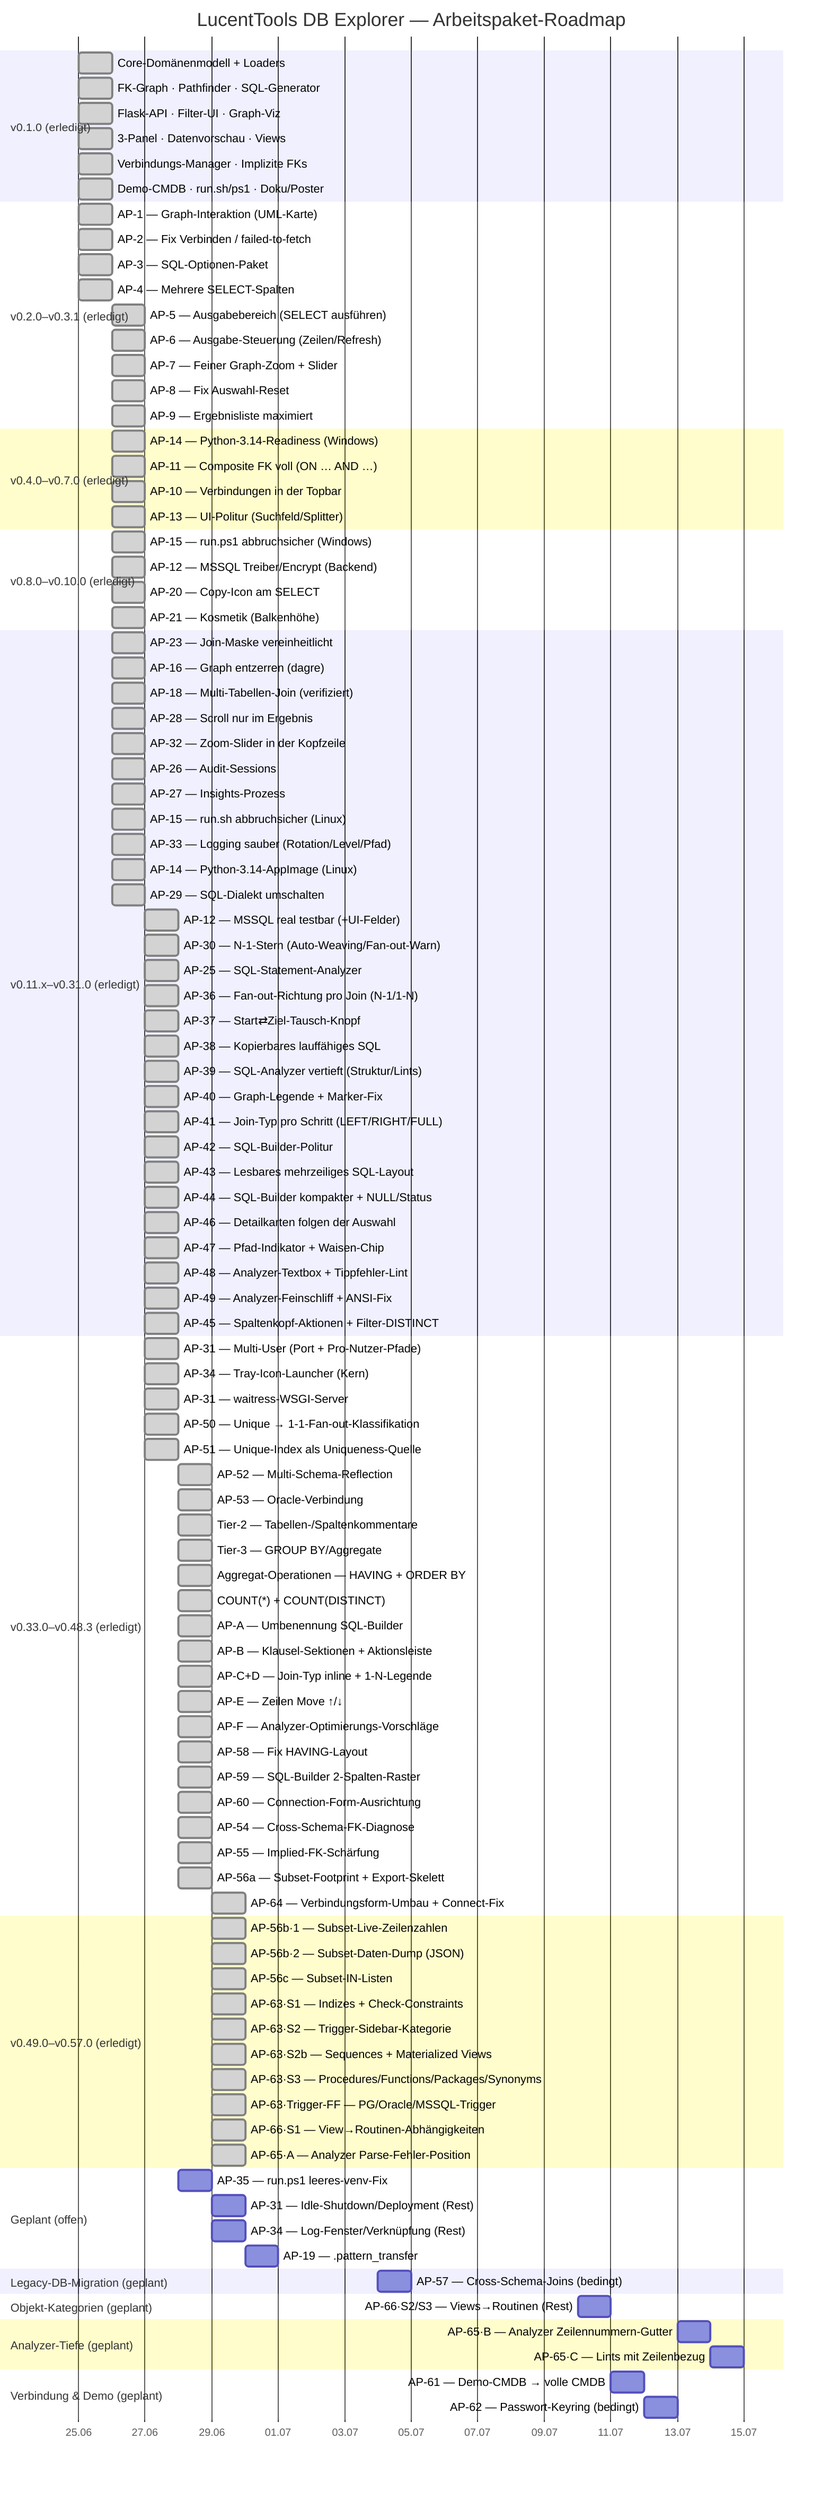
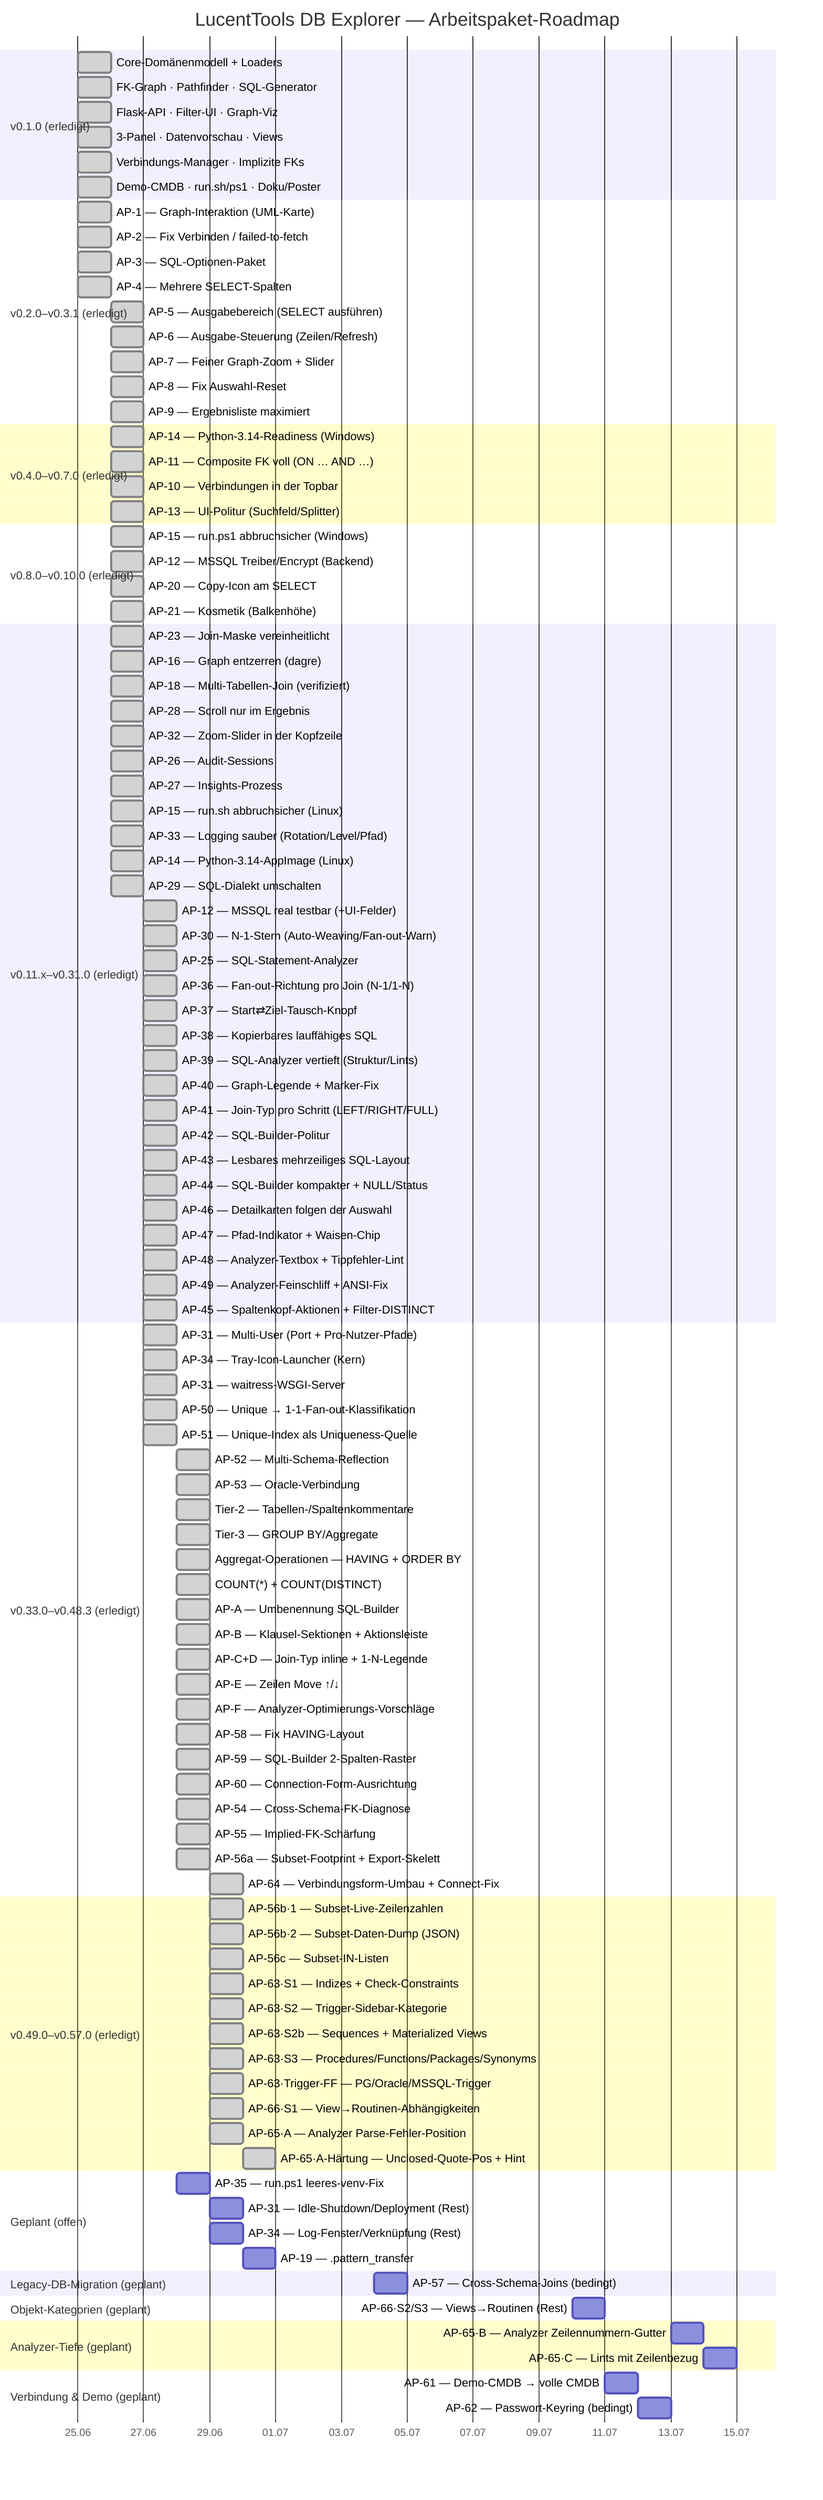
gantt
    title LucentTools DB Explorer — Arbeitspaket-Roadmap
    dateFormat  YYYY-MM-DD
    axisFormat  %d.%m

    section v0.1.0 (erledigt)
    Core-Domänenmodell + Loaders          :done, d1, 2026-06-25, 1d
    FK-Graph · Pathfinder · SQL-Generator :done, d2, 2026-06-25, 1d
    Flask-API · Filter-UI · Graph-Viz     :done, d3, 2026-06-25, 1d
    3-Panel · Datenvorschau · Views       :done, d4, 2026-06-25, 1d
    Verbindungs-Manager · Implizite FKs   :done, d5, 2026-06-25, 1d
    Demo-CMDB · run.sh/ps1 · Doku/Poster  :done, d6, 2026-06-25, 1d

    section v0.2.0–v0.3.1 (erledigt)
    AP-1 — Graph-Interaktion (UML-Karte)        :done, a1, 2026-06-25, 1d
    AP-2 — Fix Verbinden / failed-to-fetch      :done, a2, 2026-06-25, 1d
    AP-3 — SQL-Optionen-Paket                   :done, a3, 2026-06-25, 1d
    AP-4 — Mehrere SELECT-Spalten               :done, a4, 2026-06-25, 1d
    AP-5 — Ausgabebereich (SELECT ausführen)    :done, a5, 2026-06-26, 1d
    AP-6 — Ausgabe-Steuerung (Zeilen/Refresh)   :done, a6, 2026-06-26, 1d
    AP-7 — Feiner Graph-Zoom + Slider           :done, a7, 2026-06-26, 1d
    AP-8 — Fix Auswahl-Reset                    :done, a8, 2026-06-26, 1d
    AP-9 — Ergebnisliste maximiert              :done, a9, 2026-06-26, 1d

    section v0.4.0–v0.7.0 (erledigt)
    AP-14 — Python-3.14-Readiness (Windows)     :done, b1, 2026-06-26, 1d
    AP-11 — Composite FK voll (ON … AND …)      :done, b2, 2026-06-26, 1d
    AP-10 — Verbindungen in der Topbar          :done, b3, 2026-06-26, 1d
    AP-13 — UI-Politur (Suchfeld/Splitter)      :done, b4, 2026-06-26, 1d

    section v0.8.0–v0.10.0 (erledigt)
    AP-15 — run.ps1 abbruchsicher (Windows)     :done, c1, 2026-06-26, 1d
    AP-12 — MSSQL Treiber/Encrypt (Backend)     :done, c2, 2026-06-26, 1d
    AP-20 — Copy-Icon am SELECT                 :done, c3, 2026-06-26, 1d
    AP-21 — Kosmetik (Balkenhöhe)               :done, c4, 2026-06-26, 1d

    section v0.11.x–v0.31.0 (erledigt)
    AP-23 — Join-Maske vereinheitlicht          :done, e1, 2026-06-26, 1d
    AP-16 — Graph entzerren (dagre)             :done, e2, 2026-06-26, 1d
    AP-18 — Multi-Tabellen-Join (verifiziert)   :done, e3, 2026-06-26, 1d
    AP-28 — Scroll nur im Ergebnis              :done, e4, 2026-06-26, 1d
    AP-32 — Zoom-Slider in der Kopfzeile        :done, e5, 2026-06-26, 1d
    AP-26 — Audit-Sessions                      :done, e6, 2026-06-26, 1d
    AP-27 — Insights-Prozess                    :done, e7, 2026-06-26, 1d
    AP-15 — run.sh abbruchsicher (Linux)        :done, e8, 2026-06-26, 1d
    AP-33 — Logging sauber (Rotation/Level/Pfad) :done, e9, 2026-06-26, 1d
    AP-14 — Python-3.14-AppImage (Linux)         :done, e10, 2026-06-26, 1d
    AP-29 — SQL-Dialekt umschalten               :done, e11, 2026-06-26, 1d
    AP-12 — MSSQL real testbar (+UI-Felder)      :done, e12, 2026-06-27, 1d
    AP-30 — N-1-Stern (Auto-Weaving/Fan-out-Warn) :done, e13, 2026-06-27, 1d
    AP-25 — SQL-Statement-Analyzer               :done, e14, 2026-06-27, 1d
    AP-36 — Fan-out-Richtung pro Join (N-1/1-N)  :done, e15, 2026-06-27, 1d
    AP-37 — Start⇄Ziel-Tausch-Knopf              :done, e16, 2026-06-27, 1d
    AP-38 — Kopierbares lauffähiges SQL          :done, e17, 2026-06-27, 1d
    AP-39 — SQL-Analyzer vertieft (Struktur/Lints) :done, e18, 2026-06-27, 1d
    AP-40 — Graph-Legende + Marker-Fix           :done, e19, 2026-06-27, 1d
    AP-41 — Join-Typ pro Schritt (LEFT/RIGHT/FULL) :done, e20, 2026-06-27, 1d
    AP-42 — SQL-Builder-Politur                 :done, e21, 2026-06-27, 1d
    AP-43 — Lesbares mehrzeiliges SQL-Layout      :done, e22, 2026-06-27, 1d
    AP-44 — SQL-Builder kompakter + NULL/Status :done, e23, 2026-06-27, 1d
    AP-46 — Detailkarten folgen der Auswahl       :done, e24, 2026-06-27, 1d
    AP-47 — Pfad-Indikator + Waisen-Chip         :done, e25, 2026-06-27, 1d
    AP-48 — Analyzer-Textbox + Tippfehler-Lint   :done, e26, 2026-06-27, 1d
    AP-49 — Analyzer-Feinschliff + ANSI-Fix       :done, e27, 2026-06-27, 1d
    AP-45 — Spaltenkopf-Aktionen + Filter-DISTINCT :done, e28, 2026-06-27, 1d

    section v0.33.0–v0.48.3 (erledigt)
    AP-31 — Multi-User (Port + Pro-Nutzer-Pfade) :done, f1, 2026-06-27, 1d
    AP-34 — Tray-Icon-Launcher (Kern)            :done, f2, 2026-06-27, 1d
    AP-31 — waitress-WSGI-Server                 :done, f3, 2026-06-27, 1d
    AP-50 — Unique → 1-1-Fan-out-Klassifikation  :done, f4, 2026-06-27, 1d
    AP-51 — Unique-Index als Uniqueness-Quelle   :done, f5, 2026-06-27, 1d
    AP-52 — Multi-Schema-Reflection              :done, f6, 2026-06-28, 1d
    AP-53 — Oracle-Verbindung                    :done, f7, 2026-06-28, 1d
    Tier-2 — Tabellen-/Spaltenkommentare         :done, f8, 2026-06-28, 1d
    Tier-3 — GROUP BY/Aggregate                  :done, f9, 2026-06-28, 1d
    Aggregat-Operationen — HAVING + ORDER BY     :done, f10, 2026-06-28, 1d
    COUNT(*) + COUNT(DISTINCT)                   :done, f11, 2026-06-28, 1d
    AP-A — Umbenennung SQL-Builder               :done, f12, 2026-06-28, 1d
    AP-B — Klausel-Sektionen + Aktionsleiste     :done, f13, 2026-06-28, 1d
    AP-C+D — Join-Typ inline + 1-N-Legende       :done, f14, 2026-06-28, 1d
    AP-E — Zeilen Move ↑/↓                        :done, f15, 2026-06-28, 1d
    AP-F — Analyzer-Optimierungs-Vorschläge      :done, f16, 2026-06-28, 1d
    AP-58 — Fix HAVING-Layout                    :done, f17, 2026-06-28, 1d
    AP-59 — SQL-Builder 2-Spalten-Raster        :done, f18, 2026-06-28, 1d
    AP-60 — Connection-Form-Ausrichtung         :done, f19, 2026-06-28, 1d
    AP-54 — Cross-Schema-FK-Diagnose            :done, f20, 2026-06-28, 1d
    AP-55 — Implied-FK-Schärfung                :done, f21, 2026-06-28, 1d
    AP-56a — Subset-Footprint + Export-Skelett   :done, f22, 2026-06-28, 1d
    AP-64 — Verbindungsform-Umbau + Connect-Fix  :done, f23, 2026-06-29, 1d

    section v0.49.0–v0.57.0 (erledigt)
    AP-56b·1 — Subset-Live-Zeilenzahlen         :done, f24, 2026-06-29, 1d
    AP-56b·2 — Subset-Daten-Dump (JSON)         :done, f25, 2026-06-29, 1d
    AP-56c — Subset-IN-Listen                   :done, f26, 2026-06-29, 1d
    AP-63·S1 — Indizes + Check-Constraints      :done, f27, 2026-06-29, 1d
    AP-63·S2 — Trigger-Sidebar-Kategorie        :done, f28, 2026-06-29, 1d
    AP-63·S2b — Sequences + Materialized Views  :done, f29, 2026-06-29, 1d
    AP-63·S3 — Procedures/Functions/Packages/Synonyms :done, f30, 2026-06-29, 1d
    AP-63·Trigger-FF — PG/Oracle/MSSQL-Trigger  :done, f31, 2026-06-29, 1d
    AP-66·S1 — View→Routinen-Abhängigkeiten     :done, f32, 2026-06-29, 1d
    AP-65·A — Analyzer Parse-Fehler-Position    :done, f33, 2026-06-29, 1d
+     AP-65·A-Härtung — Unclosed-Quote-Pos + Hint :done, f34, 2026-06-30, 1d

    section Geplant (offen)
    AP-35 — run.ps1 leeres-venv-Fix             :p3, 2026-06-28, 1d
    AP-31 — Idle-Shutdown/Deployment (Rest)     :p5, 2026-06-29, 1d
    AP-34 — Log-Fenster/Verknüpfung (Rest)      :p6, 2026-06-29, 1d
    AP-19 — .pattern_transfer                   :p11, 2026-06-30, 1d

    section Legacy-DB-Migration (geplant)
    AP-57 — Cross-Schema-Joins (bedingt)        :p23, 2026-07-04, 1d

    section Objekt-Kategorien (geplant)
    AP-66·S2/S3 — Views→Routinen (Rest)         :p33, 2026-07-10, 1d

    section Analyzer-Tiefe (geplant)
    AP-65·B — Analyzer Zeilennummern-Gutter     :p35, 2026-07-13, 1d
    AP-65·C — Lints mit Zeilenbezug             :p36, 2026-07-14, 1d

    section Verbindung & Demo (geplant)
    AP-61 — Demo-CMDB → volle CMDB              :p41, 2026-07-11, 1d
    AP-62 — Passwort-Keyring (bedingt)          :p42, 2026-07-12, 1d
